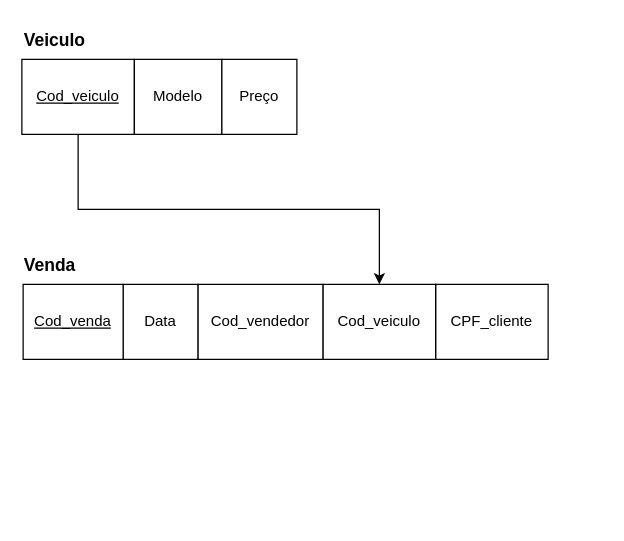
This is ADS202-Mapeamento2.drawio from Masso13/ADS202-Exercicios-17032023, a draw.io file, before an edit. Source tidied: cells renumbered, new cells numbered last; positions are measured from the earlier drawing's top-left corner, leaving out a move shared by most shapes. Both pictures are drawn from the tidied source at 125%, with x=0, y=0 at pixel (21, 21).
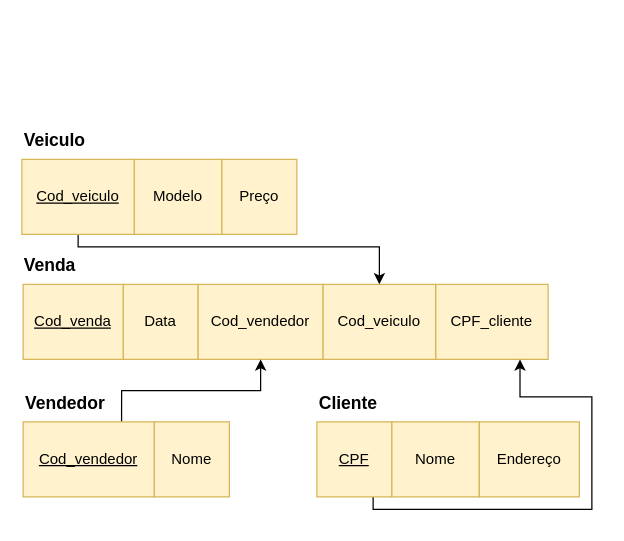
The same diagram, later.

The edit, as a diff of the source:
```diff
@@
-    <mxCell id="3" value="Data" style="rounded=0;whiteSpace=wrap;html=1;" parent="1" vertex="1">
+    <mxCell id="3" value="Data" style="rounded=0;whiteSpace=wrap;html=1;fillColor=#fff2cc;strokeColor=#d6b656;" parent="1" vertex="1">
       <mxGeometry x="81" y="210" width="60" height="60" as="geometry" />
     </mxCell>
-    <mxCell id="4" value="Cod_vendedor" style="rounded=0;whiteSpace=wrap;html=1;" parent="1" vertex="1">
+    <mxCell id="4" value="Cod_vendedor" style="rounded=0;whiteSpace=wrap;html=1;fillColor=#fff2cc;strokeColor=#d6b656;" parent="1" vertex="1">
       <mxGeometry x="141" y="210" width="100" height="60" as="geometry" />
     </mxCell>
-    <mxCell id="5" value="CPF_cliente" style="rounded=0;whiteSpace=wrap;html=1;" parent="1" vertex="1">
+    <mxCell id="5" value="CPF_cliente" style="rounded=0;whiteSpace=wrap;html=1;fillColor=#fff2cc;strokeColor=#d6b656;" parent="1" vertex="1">
       <mxGeometry x="331" y="210" width="90" height="60" as="geometry" />
     </mxCell>
-    <mxCell id="6" value="Cod_veiculo" style="rounded=0;whiteSpace=wrap;html=1;" parent="1" vertex="1">
+    <mxCell id="6" value="Cod_veiculo" style="rounded=0;whiteSpace=wrap;html=1;fillColor=#fff2cc;strokeColor=#d6b656;" parent="1" vertex="1">
       <mxGeometry x="241" y="210" width="90" height="60" as="geometry" />
     </mxCell>
     <mxCell id="7" value="&lt;b&gt;&lt;font style=&quot;font-size: 14px;&quot;&gt;Veiculo&lt;/font&gt;&lt;/b&gt;" style="text;html=1;strokeColor=none;fillColor=none;align=left;verticalAlign=middle;whiteSpace=wrap;rounded=0;" parent="1" vertex="1">
-      <mxGeometry width="60" height="30" as="geometry" />
+      <mxGeometry y="80" width="60" height="30" as="geometry" />
     </mxCell>
     <mxCell id="8" style="edgeStyle=orthogonalEdgeStyle;rounded=0;jettySize=auto;html=1;exitX=0.5;exitY=1;exitDx=0;exitDy=0;entryX=0.5;entryY=0;entryDx=0;entryDy=0;" parent="1" edge="1" source="9" target="6">
-      <mxGeometry relative="1" as="geometry" />
+      <mxGeometry relative="1" as="geometry">
+        <Array as="points">
+          <mxPoint x="45" y="180" />
+          <mxPoint x="286" y="180" />
+        </Array>
+      </mxGeometry>
     </mxCell>
-    <mxCell id="9" value="&lt;u&gt;Cod_veiculo&lt;/u&gt;" style="rounded=0;whiteSpace=wrap;html=1;" parent="1" vertex="1">
-      <mxGeometry y="30" width="90" height="60" as="geometry" />
+    <mxCell id="9" value="&lt;u&gt;Cod_veiculo&lt;/u&gt;" style="rounded=0;whiteSpace=wrap;html=1;fillColor=#fff2cc;strokeColor=#d6b656;" parent="1" vertex="1">
+      <mxGeometry y="110" width="90" height="60" as="geometry" />
     </mxCell>
-    <mxCell id="10" value="Modelo" style="rounded=0;whiteSpace=wrap;html=1;" parent="1" vertex="1">
-      <mxGeometry x="90" y="30" width="70" height="60" as="geometry" />
+    <mxCell id="10" value="Modelo" style="rounded=0;whiteSpace=wrap;html=1;fillColor=#fff2cc;strokeColor=#d6b656;" parent="1" vertex="1">
+      <mxGeometry x="90" y="110" width="70" height="60" as="geometry" />
     </mxCell>
-    <mxCell id="11" value="Preço" style="rounded=0;whiteSpace=wrap;html=1;" parent="1" vertex="1">
-      <mxGeometry x="160" y="30" width="60" height="60" as="geometry" />
+    <mxCell id="11" value="Preço" style="rounded=0;whiteSpace=wrap;html=1;fillColor=#fff2cc;strokeColor=#d6b656;" parent="1" vertex="1">
+      <mxGeometry x="160" y="110" width="60" height="60" as="geometry" />
     </mxCell>
-    <mxCell id="12" value="&lt;u&gt;Cod_venda&lt;/u&gt;" style="rounded=0;whiteSpace=wrap;html=1;" parent="1" vertex="1">
+    <mxCell id="12" value="&lt;u&gt;Cod_venda&lt;/u&gt;" style="rounded=0;whiteSpace=wrap;html=1;fillColor=#fff2cc;strokeColor=#d6b656;" parent="1" vertex="1">
       <mxGeometry x="1" y="210" width="80" height="60" as="geometry" />
     </mxCell>
+    <mxCell id="13" value="&lt;b&gt;&lt;font style=&quot;font-size: 14px;&quot;&gt;Vendedor&lt;/font&gt;&lt;/b&gt;" style="text;html=1;strokeColor=none;fillColor=none;align=left;verticalAlign=middle;whiteSpace=wrap;rounded=0;" parent="1" vertex="1">
+      <mxGeometry x="1" y="290" width="65" height="30" as="geometry" />
+    </mxCell>
+    <mxCell id="14" style="edgeStyle=orthogonalEdgeStyle;rounded=0;jettySize=auto;html=1;exitX=0.75;exitY=0;exitDx=0;exitDy=0;entryX=0.5;entryY=1;entryDx=0;entryDy=0;" parent="1" edge="1" source="15" target="4">
+      <mxGeometry relative="1" as="geometry" />
+    </mxCell>
+    <mxCell id="15" value="&lt;u&gt;Cod_vendedor&lt;/u&gt;" style="rounded=0;whiteSpace=wrap;html=1;fillColor=#fff2cc;strokeColor=#d6b656;" parent="1" vertex="1">
+      <mxGeometry x="1" y="320" width="105" height="60" as="geometry" />
+    </mxCell>
+    <mxCell id="16" value="Nome" style="rounded=0;whiteSpace=wrap;html=1;fillColor=#fff2cc;strokeColor=#d6b656;" parent="1" vertex="1">
+      <mxGeometry x="106" y="320" width="60" height="60" as="geometry" />
+    </mxCell>
+    <mxCell id="17" value="&lt;b&gt;&lt;font style=&quot;font-size: 14px;&quot;&gt;Cliente&lt;/font&gt;&lt;/b&gt;" style="text;html=1;strokeColor=none;fillColor=none;align=left;verticalAlign=middle;whiteSpace=wrap;rounded=0;" parent="1" vertex="1">
+      <mxGeometry x="236" y="290" width="65" height="30" as="geometry" />
+    </mxCell>
+    <mxCell id="18" style="edgeStyle=orthogonalEdgeStyle;rounded=0;jettySize=auto;html=1;exitX=0.75;exitY=1;exitDx=0;exitDy=0;entryX=0.75;entryY=1;entryDx=0;entryDy=0;" parent="1" edge="1" source="19" target="5">
+      <mxGeometry relative="1" as="geometry">
+        <Array as="points">
+          <mxPoint x="281" y="390" />
+          <mxPoint x="456" y="390" />
+          <mxPoint x="456" y="300" />
+          <mxPoint x="398" y="300" />
+        </Array>
+      </mxGeometry>
+    </mxCell>
+    <mxCell id="19" value="&lt;u&gt;CPF&lt;/u&gt;" style="rounded=0;whiteSpace=wrap;html=1;fillColor=#fff2cc;strokeColor=#d6b656;" parent="1" vertex="1">
+      <mxGeometry x="236" y="320" width="60" height="60" as="geometry" />
+    </mxCell>
+    <mxCell id="20" value="Nome" style="rounded=0;whiteSpace=wrap;html=1;fillColor=#fff2cc;strokeColor=#d6b656;" parent="1" vertex="1">
+      <mxGeometry x="296" y="320" width="70" height="60" as="geometry" />
+    </mxCell>
+    <mxCell id="21" value="Endereço" style="rounded=0;whiteSpace=wrap;html=1;fillColor=#fff2cc;strokeColor=#d6b656;" parent="1" vertex="1">
+      <mxGeometry x="366" y="320" width="80" height="60" as="geometry" />
+    </mxCell>
```
